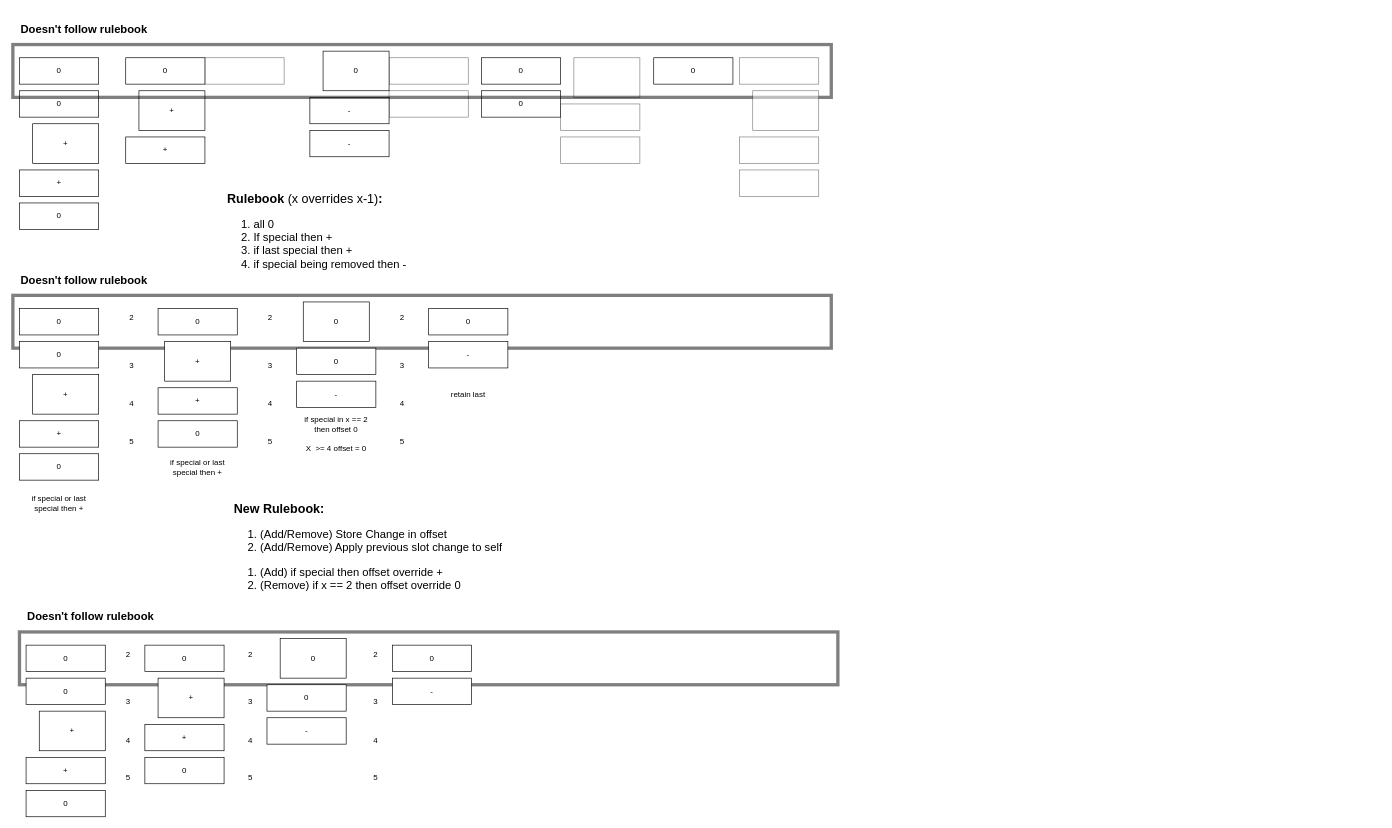
Above: Untitled Diagram.drawio in JedDevs/Toast (draw.io), before the change. Source tidied: cells renumbered, new cells numbered last; positions are measured from the earlier drawing's top-left corner, leaving out a move shared by most shapes. Both pictures are drawn from the tidied source at 66%, with x=0, y=0 at pixel (13, 11).
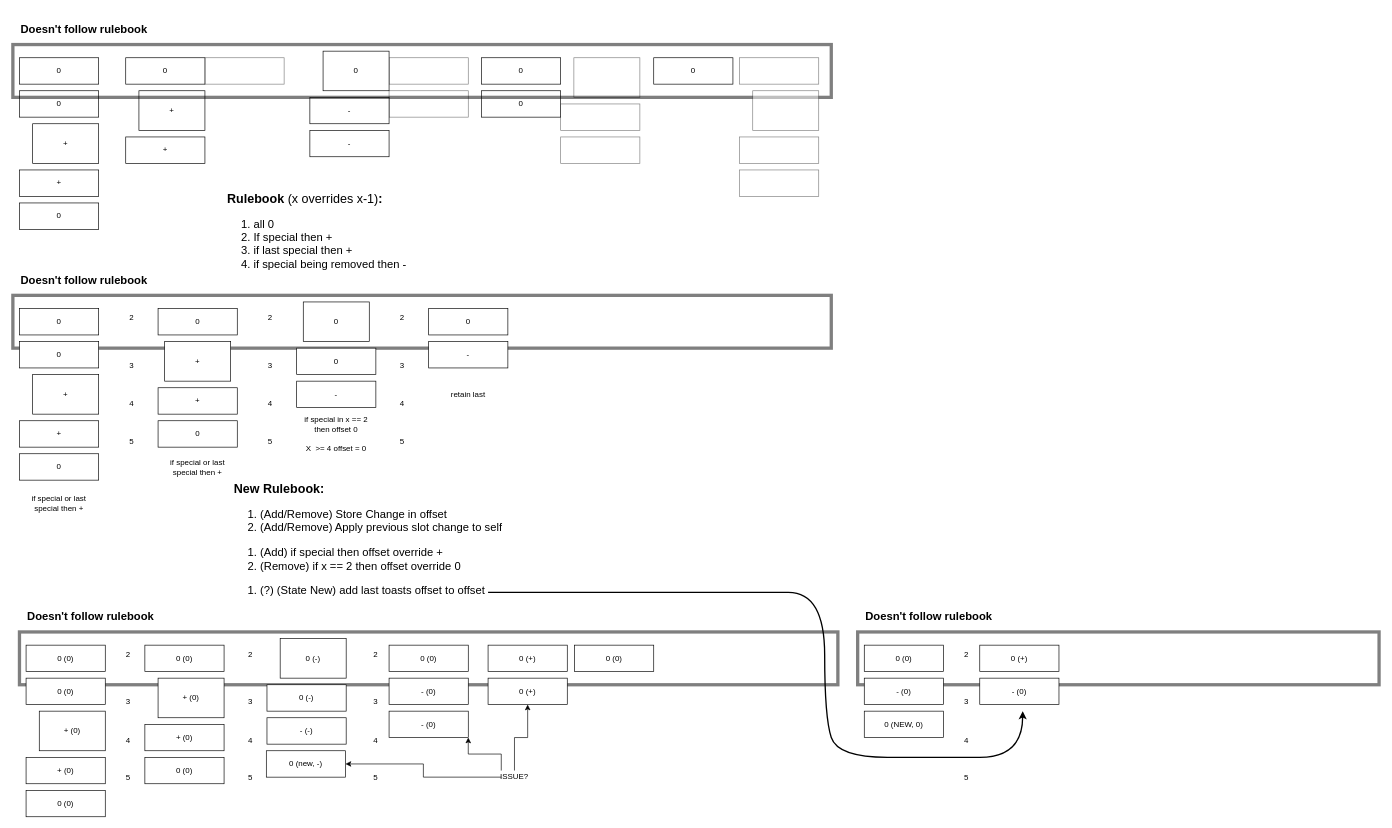
After the change.

Change to the diagram source:
```diff
@@
-    <mxCell id="52" value="&lt;h1 style=&quot;font-size: 19px&quot;&gt;New Rulebook&lt;span style=&quot;font-weight: normal&quot;&gt;&lt;/span&gt;:&lt;br&gt;&lt;/h1&gt;&lt;ol style=&quot;font-size: 17px&quot;&gt;&lt;li&gt;(Add/Remove) Store Change in offset&lt;br&gt;&lt;/li&gt;&lt;li&gt;(Add/Remove) Apply previous slot change to self&lt;/li&gt;&lt;/ol&gt;&lt;ol style=&quot;font-size: 17px&quot;&gt;&lt;li&gt;(Add) if special then offset override +&lt;/li&gt;&lt;li&gt;(Remove) if x == 2 then offset override 0&lt;br&gt;&lt;/li&gt;&lt;/ol&gt;" style="text;html=1;strokeColor=none;fillColor=none;spacing=5;spacingTop=-20;whiteSpace=wrap;overflow=hidden;rounded=0;" parent="1" vertex="1">
-      <mxGeometry x="330" y="740" width="468" height="140" as="geometry" />
+    <mxCell id="52" value="&lt;h1 style=&quot;font-size: 19px&quot;&gt;New Rulebook&lt;span style=&quot;font-weight: normal&quot;&gt;&lt;/span&gt;:&lt;br&gt;&lt;/h1&gt;&lt;ol style=&quot;font-size: 17px&quot;&gt;&lt;li&gt;(Add/Remove) Store Change in offset&lt;br&gt;&lt;/li&gt;&lt;li&gt;(Add/Remove) Apply previous slot change to self&lt;/li&gt;&lt;/ol&gt;&lt;ol style=&quot;font-size: 17px&quot;&gt;&lt;li&gt;(Add) if special then offset override +&lt;/li&gt;&lt;li&gt;(Remove) if x == 2 then offset override 0&lt;/li&gt;&lt;/ol&gt;&lt;ol style=&quot;font-size: 17px&quot;&gt;&lt;li&gt;(?) (State New) add last toasts offset to offset&lt;br&gt;&lt;/li&gt;&lt;/ol&gt;" style="text;html=1;strokeColor=none;fillColor=none;spacing=5;spacingTop=-20;whiteSpace=wrap;overflow=hidden;rounded=0;" parent="1" vertex="1">
+      <mxGeometry x="330" y="710" width="468" height="190" as="geometry" />
     </mxCell>
@@
-    <mxCell id="54" value="0" style="rounded=0;whiteSpace=wrap;html=1;" parent="1" vertex="1">
+    <mxCell id="54" value="0 (0)" style="rounded=0;whiteSpace=wrap;html=1;" parent="1" vertex="1">
       <mxGeometry x="20" y="960" width="120" height="40" as="geometry" />
     </mxCell>
-    <mxCell id="55" value="0" style="rounded=0;whiteSpace=wrap;html=1;" parent="1" vertex="1">
+    <mxCell id="55" value="0 (0)" style="rounded=0;whiteSpace=wrap;html=1;" parent="1" vertex="1">
       <mxGeometry x="20" y="1010" width="120" height="40" as="geometry" />
     </mxCell>
-    <mxCell id="56" value="+" style="rounded=0;whiteSpace=wrap;html=1;" parent="1" vertex="1">
+    <mxCell id="56" value="+ (0)" style="rounded=0;whiteSpace=wrap;html=1;" parent="1" vertex="1">
       <mxGeometry x="40" y="1060" width="100" height="60" as="geometry" />
     </mxCell>
-    <mxCell id="57" value="+" style="rounded=0;whiteSpace=wrap;html=1;" parent="1" vertex="1">
+    <mxCell id="57" value="+ (0)" style="rounded=0;whiteSpace=wrap;html=1;" parent="1" vertex="1">
       <mxGeometry x="20" y="1130" width="120" height="40" as="geometry" />
     </mxCell>
-    <mxCell id="58" value="0" style="rounded=0;whiteSpace=wrap;html=1;" parent="1" vertex="1">
+    <mxCell id="58" value="0 (0)" style="rounded=0;whiteSpace=wrap;html=1;" parent="1" vertex="1">
       <mxGeometry x="20" y="1180" width="120" height="40" as="geometry" />
     </mxCell>
@@
-    <mxCell id="61" value="0" style="rounded=0;whiteSpace=wrap;html=1;" parent="1" vertex="1">
+    <mxCell id="61" value="0 (0)" style="rounded=0;whiteSpace=wrap;html=1;" parent="1" vertex="1">
       <mxGeometry x="200" y="960" width="120" height="40" as="geometry" />
     </mxCell>
-    <mxCell id="62" value="+" style="rounded=0;whiteSpace=wrap;html=1;" parent="1" vertex="1">
+    <mxCell id="62" value="+ (0)" style="rounded=0;whiteSpace=wrap;html=1;" parent="1" vertex="1">
       <mxGeometry x="220" y="1010" width="100" height="60" as="geometry" />
     </mxCell>
-    <mxCell id="63" value="+" style="rounded=0;whiteSpace=wrap;html=1;" parent="1" vertex="1">
+    <mxCell id="63" value="+ (0)" style="rounded=0;whiteSpace=wrap;html=1;" parent="1" vertex="1">
       <mxGeometry x="200" y="1080" width="120" height="40" as="geometry" />
     </mxCell>
-    <mxCell id="64" value="0" style="rounded=0;whiteSpace=wrap;html=1;" parent="1" vertex="1">
+    <mxCell id="64" value="0 (0)" style="rounded=0;whiteSpace=wrap;html=1;" parent="1" vertex="1">
       <mxGeometry x="200" y="1130" width="120" height="40" as="geometry" />
     </mxCell>
@@
-    <mxCell id="66" value="0" style="rounded=0;whiteSpace=wrap;html=1;" parent="1" vertex="1">
+    <mxCell id="66" value="0 (-)" style="rounded=0;whiteSpace=wrap;html=1;" parent="1" vertex="1">
       <mxGeometry x="405" y="950" width="100" height="60" as="geometry" />
     </mxCell>
-    <mxCell id="67" value="0" style="rounded=0;whiteSpace=wrap;html=1;" parent="1" vertex="1">
+    <mxCell id="67" value="0 (-)" style="rounded=0;whiteSpace=wrap;html=1;" parent="1" vertex="1">
       <mxGeometry x="385" y="1020" width="120" height="40" as="geometry" />
     </mxCell>
-    <mxCell id="68" value="-" style="rounded=0;whiteSpace=wrap;html=1;" parent="1" vertex="1">
+    <mxCell id="68" value="- (-)" style="rounded=0;whiteSpace=wrap;html=1;" parent="1" vertex="1">
       <mxGeometry x="385" y="1070" width="120" height="40" as="geometry" />
     </mxCell>
@@
-    <mxCell id="70" value="0" style="rounded=0;whiteSpace=wrap;html=1;" parent="1" vertex="1">
-      <mxGeometry x="575" y="960" width="120" height="40" as="geometry" />
+    <mxCell id="70" value="0 (0)" style="rounded=0;whiteSpace=wrap;html=1;" parent="1" vertex="1">
+      <mxGeometry x="570" y="960" width="120" height="40" as="geometry" />
     </mxCell>
-    <mxCell id="71" value="-" style="rounded=0;whiteSpace=wrap;html=1;" parent="1" vertex="1">
-      <mxGeometry x="575" y="1010" width="120" height="40" as="geometry" />
+    <mxCell id="71" value="- (0)" style="rounded=0;whiteSpace=wrap;html=1;" parent="1" vertex="1">
+      <mxGeometry x="570" y="1010" width="120" height="40" as="geometry" />
     </mxCell>
+    <mxCell id="72" value="0 (new, -)" style="rounded=0;whiteSpace=wrap;html=1;" parent="1" vertex="1">
+      <mxGeometry x="384" y="1120" width="120" height="40" as="geometry" />
+    </mxCell>
+    <mxCell id="73" value="0 (+)" style="rounded=0;whiteSpace=wrap;html=1;" parent="1" vertex="1">
+      <mxGeometry x="720" y="960" width="120" height="40" as="geometry" />
+    </mxCell>
+    <mxCell id="74" value="0 (+)" style="rounded=0;whiteSpace=wrap;html=1;" parent="1" vertex="1">
+      <mxGeometry x="720" y="1010" width="120" height="40" as="geometry" />
+    </mxCell>
+    <mxCell id="75" value="- (0)" style="rounded=0;whiteSpace=wrap;html=1;" parent="1" vertex="1">
+      <mxGeometry x="570" y="1060" width="120" height="40" as="geometry" />
+    </mxCell>
+    <mxCell id="76" style="edgeStyle=orthogonalEdgeStyle;rounded=0;jettySize=auto;html=1;exitX=0;exitY=0.5;exitDx=0;exitDy=0;entryX=1;entryY=0.5;entryDx=0;entryDy=0;" parent="1" edge="1" source="79" target="72">
+      <mxGeometry relative="1" as="geometry" />
+    </mxCell>
+    <mxCell id="77" style="edgeStyle=orthogonalEdgeStyle;rounded=0;jettySize=auto;html=1;exitX=0;exitY=0;exitDx=0;exitDy=0;entryX=1;entryY=1;entryDx=0;entryDy=0;" parent="1" edge="1" source="79" target="75">
+      <mxGeometry relative="1" as="geometry" />
+    </mxCell>
+    <mxCell id="78" style="edgeStyle=orthogonalEdgeStyle;rounded=0;jettySize=auto;html=1;exitX=0.5;exitY=0;exitDx=0;exitDy=0;entryX=0.5;entryY=1;entryDx=0;entryDy=0;" parent="1" edge="1" source="79" target="74">
+      <mxGeometry relative="1" as="geometry" />
+    </mxCell>
+    <mxCell id="79" value="ISSUE?" style="text;html=1;strokeColor=none;fillColor=none;align=center;verticalAlign=middle;whiteSpace=wrap;rounded=0;" parent="1" vertex="1">
+      <mxGeometry x="740" y="1150" width="40" height="20" as="geometry" />
+    </mxCell>
+    <mxCell id="80" value="0 (0)" style="rounded=0;whiteSpace=wrap;html=1;" parent="1" vertex="1">
+      <mxGeometry x="851" y="960" width="120" height="40" as="geometry" />
+    </mxCell>
+    <mxCell id="81" style="rounded=0;whiteSpace=wrap;html=1;fillColor=none;strokeWidth=5;opacity=50;" parent="1" vertex="1">
+      <mxGeometry x="1280" y="940" width="790" height="80" as="geometry" />
+    </mxCell>
+    <mxCell id="82" value="0 (0)" style="rounded=0;whiteSpace=wrap;html=1;" parent="1" vertex="1">
+      <mxGeometry x="1290" y="960" width="120" height="40" as="geometry" />
+    </mxCell>
+    <mxCell id="83" value="- (0)" style="rounded=0;whiteSpace=wrap;html=1;" parent="1" vertex="1">
+      <mxGeometry x="1290" y="1010" width="120" height="40" as="geometry" />
+    </mxCell>
+    <mxCell id="84" value="0 (NEW, 0)" style="rounded=0;whiteSpace=wrap;html=1;" parent="1" vertex="1">
+      <mxGeometry x="1290" y="1060" width="120" height="40" as="geometry" />
+    </mxCell>
+    <mxCell id="85" value="&lt;font style=&quot;font-size: 17px&quot;&gt;&lt;b&gt;Doesn't follow rulebook&lt;/b&gt;&lt;/font&gt;" style="text;html=1;strokeColor=none;fillColor=none;align=left;verticalAlign=bottom;whiteSpace=wrap;rounded=0;opacity=50;" parent="1" vertex="1">
+      <mxGeometry x="1290" y="890" width="310" height="40" as="geometry" />
+    </mxCell>
+    <mxCell id="86" value="&lt;div&gt;2&lt;/div&gt;&lt;div&gt;&lt;br&gt;&lt;/div&gt;&lt;div&gt;&lt;br&gt;&lt;/div&gt;&lt;div&gt;&lt;br&gt;&lt;/div&gt;&lt;div&gt;&lt;br&gt;&lt;/div&gt;&lt;div&gt;3&lt;/div&gt;&lt;div&gt;&lt;br&gt;&lt;/div&gt;&lt;div&gt;&lt;br&gt;&lt;/div&gt;&lt;div&gt;&lt;br&gt;&lt;/div&gt;&lt;div&gt;4&lt;/div&gt;&lt;div&gt;&lt;br&gt;&lt;/div&gt;&lt;div&gt;&lt;br&gt;&lt;/div&gt;&lt;div&gt;&lt;br&gt;&lt;/div&gt;&lt;div&gt;5&lt;br&gt;&lt;/div&gt;" style="text;html=1;strokeColor=none;fillColor=none;align=center;verticalAlign=top;whiteSpace=wrap;rounded=0;" parent="1" vertex="1">
+      <mxGeometry x="1425" y="960" width="40" height="260" as="geometry" />
+    </mxCell>
+    <mxCell id="87" value="0 (+)" style="rounded=0;whiteSpace=wrap;html=1;" parent="1" vertex="1">
+      <mxGeometry x="1465" y="960" width="120" height="40" as="geometry" />
+    </mxCell>
+    <mxCell id="88" value="- (0)" style="rounded=0;whiteSpace=wrap;html=1;" parent="1" vertex="1">
+      <mxGeometry x="1465" y="1010" width="120" height="40" as="geometry" />
+    </mxCell>
+    <mxCell id="89" style="curved=1;endArrow=classic;html=1;strokeWidth=2;" parent="1" edge="1">
+      <mxGeometry relative="1" as="geometry">
+        <mxPoint x="720" y="880" as="sourcePoint" />
+        <mxPoint x="1530" y="1060" as="targetPoint" />
+        <Array as="points">
+          <mxPoint x="1120" y="880" />
+          <mxPoint x="1230" y="880" />
+          <mxPoint x="1230" y="1070" />
+          <mxPoint x="1250" y="1130" />
+          <mxPoint x="1400" y="1130" />
+          <mxPoint x="1530" y="1130" />
+        </Array>
+      </mxGeometry>
+    </mxCell>
```
